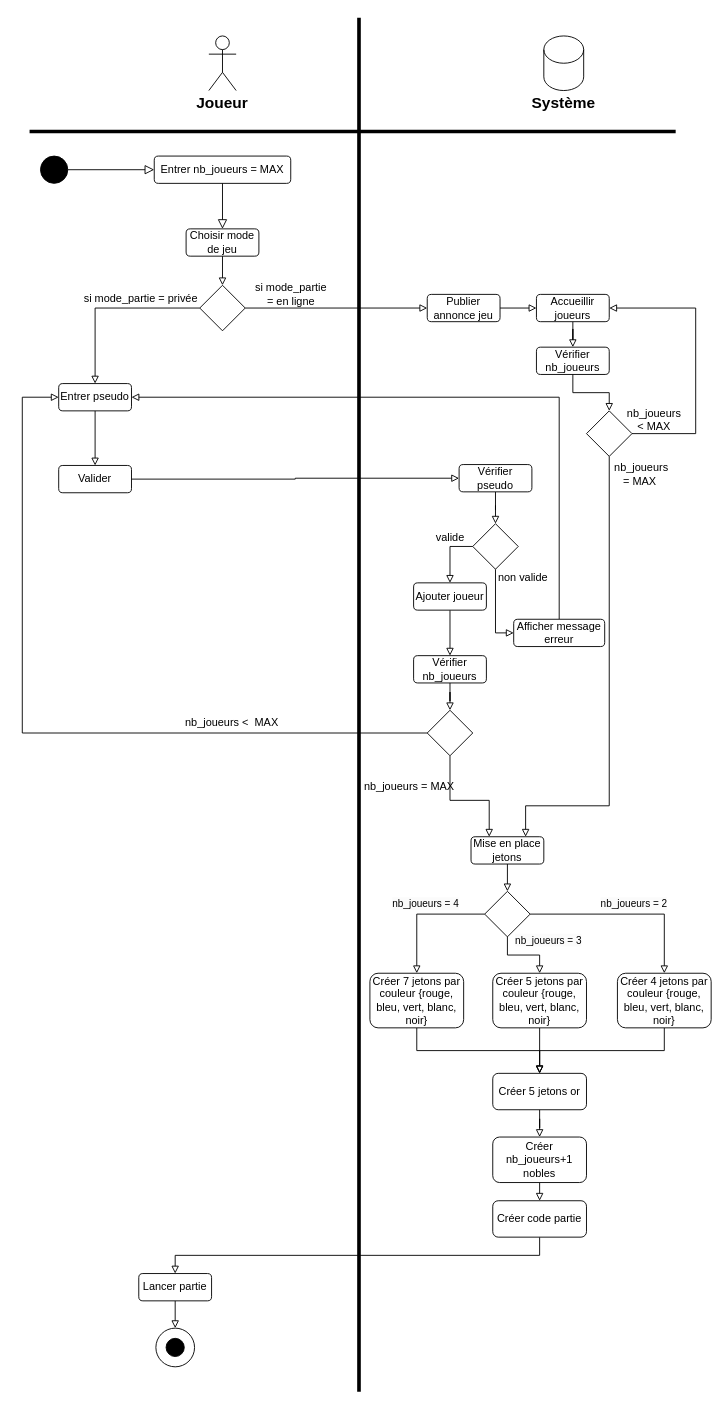
The draw.io diagram Diagrammes/Diagramme activité créer partie.drawio in Igniiis/projet_splendor, before the edit. Source tidied: cells renumbered, new cells numbered last; positions are measured from the earlier drawing's top-left corner, leaving out a move shared by most shapes. Both pictures are drawn from the tidied source at 91%, with x=0, y=0 at pixel (22, 17).
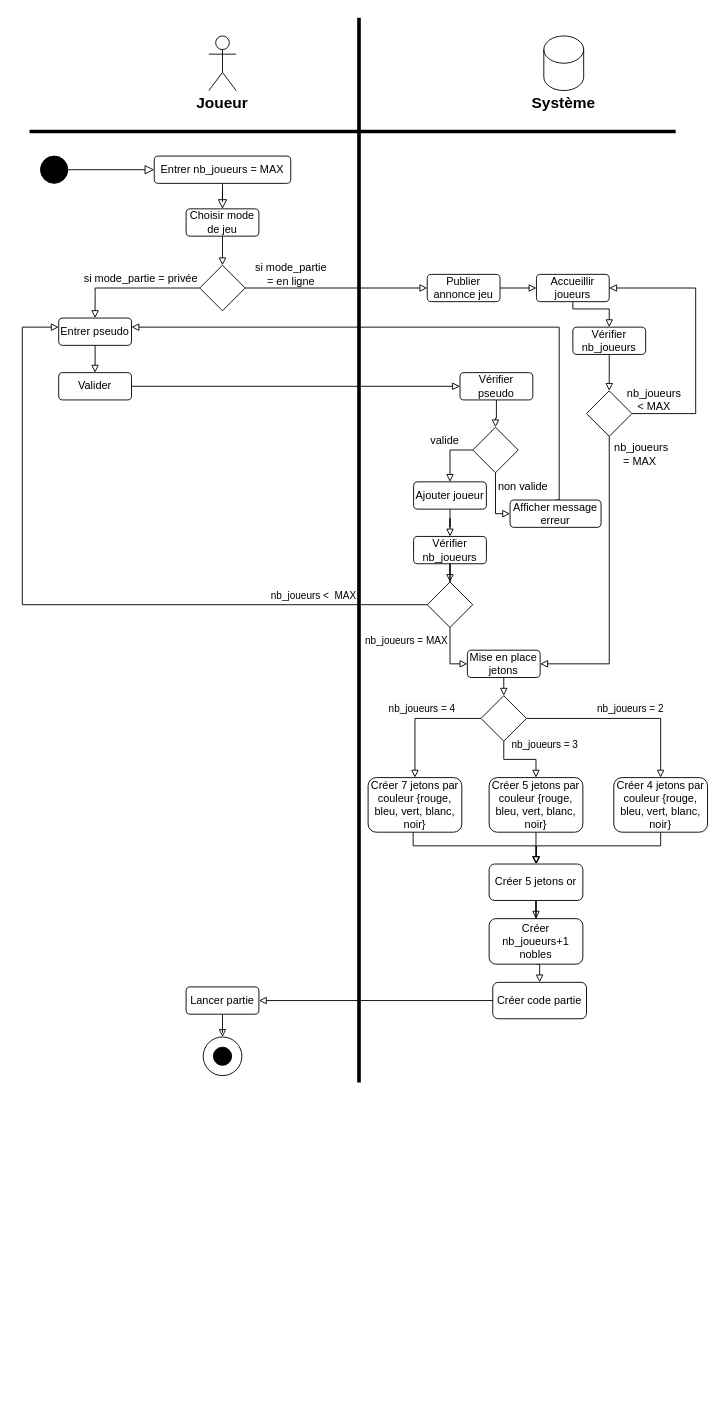
After the change.

Commit message:
Mettre à jour Diagramme activité créer partie.drawio

Change to the diagram source:
```diff
@@
     <mxCell id="2" value="Choisir mode de jeu" style="rounded=1;whiteSpace=wrap;html=1;fontSize=12;glass=0;strokeWidth=1;shadow=0;" parent="1" vertex="1">
-      <mxGeometry x="180" y="232" width="80" height="30" as="geometry" />
+      <mxGeometry x="180" y="210" width="80" height="30" as="geometry" />
     </mxCell>
@@
     <mxCell id="9" style="edgeStyle=orthogonalEdgeStyle;rounded=0;jettySize=auto;html=1;exitX=0;exitY=0.5;exitDx=0;exitDy=0;endArrow=block;endFill=0;entryX=0.5;entryY=0;entryDx=0;entryDy=0;" parent="1" edge="1" source="11" target="20">
       <mxGeometry relative="1" as="geometry">
         <Array as="points">
-          <mxPoint x="80" y="319" />
+          <mxPoint x="80" y="297" />
         </Array>
       </mxGeometry>
     </mxCell>
@@
     <mxCell id="11" style="rhombus;whiteSpace=wrap;html=1;" parent="1" vertex="1">
-      <mxGeometry x="195" y="294" width="50" height="50" as="geometry" />
+      <mxGeometry x="195" y="272" width="50" height="50" as="geometry" />
     </mxCell>
@@
     <mxCell id="15" value="si mode_partie &lt;br&gt;= en ligne" style="text;html=1;align=center;verticalAlign=middle;strokeColor=none;fillColor=none;" parent="1" vertex="1">
-      <mxGeometry x="245" y="284" width="100" height="40" as="geometry" />
+      <mxGeometry x="245" y="262" width="100" height="40" as="geometry" />
     </mxCell>
     <mxCell id="16" value="si mode_partie = privée" style="text;html=1;align=center;verticalAlign=middle;strokeColor=none;fillColor=none;" parent="1" vertex="1">
-      <mxGeometry x="55" y="294" width="150" height="30" as="geometry" />
+      <mxGeometry x="55" y="272" width="150" height="30" as="geometry" />
     </mxCell>
@@
     <mxCell id="18" value="Publier annonce jeu" style="rounded=1;whiteSpace=wrap;html=1;fontSize=12;glass=0;strokeWidth=1;shadow=0;" parent="1" vertex="1">
-      <mxGeometry x="445" y="304" width="80" height="30" as="geometry" />
+      <mxGeometry x="445" y="282" width="80" height="30" as="geometry" />
     </mxCell>
@@
     <mxCell id="20" value="Entrer pseudo" style="rounded=1;whiteSpace=wrap;html=1;fontSize=12;glass=0;strokeWidth=1;shadow=0;" parent="1" vertex="1">
-      <mxGeometry x="40" y="402" width="80" height="30" as="geometry" />
+      <mxGeometry x="40" y="330" width="80" height="30" as="geometry" />
     </mxCell>
@@
     <mxCell id="22" value="Valider" style="rounded=1;whiteSpace=wrap;html=1;fontSize=12;glass=0;strokeWidth=1;shadow=0;" parent="1" vertex="1">
-      <mxGeometry x="40" y="492" width="80" height="30" as="geometry" />
+      <mxGeometry x="40" y="390" width="80" height="30" as="geometry" />
     </mxCell>
@@
     <mxCell id="24" value="Vérifier pseudo" style="rounded=1;whiteSpace=wrap;html=1;fontSize=12;glass=0;strokeWidth=1;shadow=0;" parent="1" vertex="1">
-      <mxGeometry x="480" y="491" width="80" height="30" as="geometry" />
+      <mxGeometry x="481" y="390" width="80" height="30" as="geometry" />
     </mxCell>
     <mxCell id="25" style="edgeStyle=orthogonalEdgeStyle;rounded=0;jettySize=auto;html=1;endArrow=block;endFill=0;exitX=0.5;exitY=1;exitDx=0;exitDy=0;" parent="1" edge="1" source="27" target="31">
       <mxGeometry relative="1" as="geometry">
         <Array as="points">
-          <mxPoint x="520" y="676" />
+          <mxPoint x="520" y="545" />
         </Array>
       </mxGeometry>
     </mxCell>
@@
     <mxCell id="27" style="rhombus;whiteSpace=wrap;html=1;" parent="1" vertex="1">
-      <mxGeometry x="495" y="556" width="50" height="50" as="geometry" />
+      <mxGeometry x="495" y="450" width="50" height="50" as="geometry" />
     </mxCell>
@@
     <mxCell id="29" value="Ajouter joueur" style="rounded=1;whiteSpace=wrap;html=1;fontSize=12;glass=0;strokeWidth=1;shadow=0;" parent="1" vertex="1">
-      <mxGeometry x="430" y="621" width="80" height="30" as="geometry" />
+      <mxGeometry x="430" y="510" width="80" height="30" as="geometry" />
     </mxCell>
     <mxCell id="30" style="edgeStyle=orthogonalEdgeStyle;rounded=0;jettySize=auto;html=1;exitX=0.5;exitY=0;exitDx=0;exitDy=0;endArrow=block;endFill=0;" parent="1" edge="1" source="31" target="20">
       <mxGeometry relative="1" as="geometry">
         <Array as="points">
-          <mxPoint x="590" y="417" />
+          <mxPoint x="590" y="340" />
         </Array>
       </mxGeometry>
     </mxCell>
     <mxCell id="31" value="Afficher message erreur" style="rounded=1;whiteSpace=wrap;html=1;fontSize=12;glass=0;strokeWidth=1;shadow=0;" parent="1" vertex="1">
-      <mxGeometry x="540" y="661" width="100" height="30" as="geometry" />
+      <mxGeometry x="536" y="530" width="100" height="30" as="geometry" />
     </mxCell>
     <mxCell id="32" value="non valide" style="text;html=1;align=center;verticalAlign=middle;strokeColor=none;fillColor=none;" parent="1" vertex="1">
-      <mxGeometry x="510" y="601" width="80" height="30" as="geometry" />
+      <mxGeometry x="510" y="500" width="80" height="30" as="geometry" />
     </mxCell>
     <mxCell id="33" value="valide" style="text;html=1;align=center;verticalAlign=middle;strokeColor=none;fillColor=none;" parent="1" vertex="1">
-      <mxGeometry x="445" y="556" width="50" height="30" as="geometry" />
+      <mxGeometry x="439.1" y="450" width="50" height="30" as="geometry" />
     </mxCell>
     <mxCell id="34" value="Vérifier nb_joueurs" style="rounded=1;whiteSpace=wrap;html=1;fontSize=12;glass=0;strokeWidth=1;shadow=0;" parent="1" vertex="1">
-      <mxGeometry x="430" y="701" width="80" height="30" as="geometry" />
+      <mxGeometry x="430" y="570" width="80" height="30" as="geometry" />
     </mxCell>
     <mxCell id="35" style="edgeStyle=orthogonalEdgeStyle;rounded=0;jettySize=auto;html=1;exitX=0;exitY=0.5;exitDx=0;exitDy=0;endArrow=block;endFill=0;" parent="1" edge="1" source="37" target="20">
       <mxGeometry relative="1" as="geometry">
         <Array as="points">
-          <mxPoint y="786" />
-          <mxPoint y="417" />
+          <mxPoint y="645" />
+          <mxPoint y="340" />
         </Array>
       </mxGeometry>
     </mxCell>
-    <mxCell id="36" style="edgeStyle=orthogonalEdgeStyle;rounded=0;jettySize=auto;html=1;endArrow=block;endFill=0;entryX=0.25;entryY=0;entryDx=0;entryDy=0;" parent="1" edge="1" source="37" target="57">
+    <mxCell id="36" style="edgeStyle=orthogonalEdgeStyle;rounded=0;jettySize=auto;html=1;endArrow=block;endFill=0;" parent="1" edge="1" source="37" target="57">
       <mxGeometry relative="1" as="geometry">
         <Array as="points">
-          <mxPoint x="470" y="860" />
-          <mxPoint x="513" y="860" />
+          <mxPoint x="470" y="710" />
         </Array>
       </mxGeometry>
     </mxCell>
     <mxCell id="37" style="rhombus;whiteSpace=wrap;html=1;" parent="1" vertex="1">
-      <mxGeometry x="445" y="761" width="50" height="50" as="geometry" />
+      <mxGeometry x="445" y="620" width="50" height="50" as="geometry" />
     </mxCell>
@@
-    <mxCell id="39" value="nb_joueurs &amp;lt; &amp;nbsp;MAX" style="text;html=1;align=center;verticalAlign=middle;strokeColor=none;fillColor=none;" parent="1" vertex="1">
-      <mxGeometry x="165" y="760" width="130" height="30" as="geometry" />
+    <mxCell id="39" value="&lt;font style=&quot;font-size: 11px;&quot;&gt;nb_joueurs &amp;lt; &amp;nbsp;MAX&lt;/font&gt;" style="text;html=1;align=center;verticalAlign=middle;strokeColor=none;fillColor=none;" parent="1" vertex="1">
+      <mxGeometry x="260" y="620" width="120" height="30" as="geometry" />
     </mxCell>
-    <mxCell id="40" value="nb_joueurs = MAX" style="text;html=1;align=center;verticalAlign=middle;strokeColor=none;fillColor=none;" parent="1" vertex="1">
-      <mxGeometry x="365" y="830" width="120" height="30" as="geometry" />
+    <mxCell id="40" value="&lt;font style=&quot;font-size: 11px;&quot;&gt;nb_joueurs = MAX&lt;/font&gt;" style="text;html=1;align=center;verticalAlign=middle;strokeColor=none;fillColor=none;" parent="1" vertex="1">
+      <mxGeometry x="367" y="670" width="110" height="30" as="geometry" />
     </mxCell>
@@
     <mxCell id="42" value="Lancer partie" style="rounded=1;whiteSpace=wrap;html=1;fontSize=12;glass=0;strokeWidth=1;shadow=0;" parent="1" vertex="1">
-      <mxGeometry x="128" y="1380" width="80" height="30" as="geometry" />
+      <mxGeometry x="180" y="1065" width="80" height="30" as="geometry" />
     </mxCell>
     <mxCell id="43" style="edgeStyle=orthogonalEdgeStyle;rounded=0;jettySize=auto;html=1;exitX=0.5;exitY=1;exitDx=0;exitDy=0;endArrow=block;endFill=0;" parent="1" edge="1" source="44" target="45">
-      <mxGeometry relative="1" as="geometry" />
+      <mxGeometry relative="1" as="geometry">
+        <Array as="points">
+          <mxPoint x="605" y="320" />
+          <mxPoint x="645" y="320" />
+        </Array>
+      </mxGeometry>
     </mxCell>
     <mxCell id="44" value="Accueillir joueurs" style="rounded=1;whiteSpace=wrap;html=1;fontSize=12;glass=0;strokeWidth=1;shadow=0;" parent="1" vertex="1">
-      <mxGeometry x="565" y="304" width="80" height="30" as="geometry" />
+      <mxGeometry x="565" y="282" width="80" height="30" as="geometry" />
     </mxCell>
     <mxCell id="45" value="Vérifier nb_joueurs" style="rounded=1;whiteSpace=wrap;html=1;fontSize=12;glass=0;strokeWidth=1;shadow=0;" parent="1" vertex="1">
-      <mxGeometry x="565" y="362" width="80" height="30" as="geometry" />
+      <mxGeometry x="605" y="340" width="80" height="30" as="geometry" />
     </mxCell>
     <mxCell id="46" style="edgeStyle=orthogonalEdgeStyle;rounded=0;jettySize=auto;html=1;exitX=1;exitY=0.5;exitDx=0;exitDy=0;endArrow=block;endFill=0;" parent="1" edge="1" source="48" target="44">
       <mxGeometry relative="1" as="geometry">
         <Array as="points">
-          <mxPoint x="740" y="457" />
-          <mxPoint x="740" y="319" />
+          <mxPoint x="740" y="435" />
+          <mxPoint x="740" y="297" />
         </Array>
       </mxGeometry>
     </mxCell>
-    <mxCell id="47" style="edgeStyle=orthogonalEdgeStyle;rounded=0;jettySize=auto;html=1;exitX=0.5;exitY=1;exitDx=0;exitDy=0;endArrow=block;endFill=0;entryX=0.75;entryY=0;entryDx=0;entryDy=0;" parent="1" edge="1" source="48" target="57">
+    <mxCell id="47" style="edgeStyle=orthogonalEdgeStyle;rounded=0;jettySize=auto;html=1;exitX=0.5;exitY=1;exitDx=0;exitDy=0;endArrow=block;endFill=0;" parent="1" edge="1" source="48" target="57">
       <mxGeometry relative="1" as="geometry">
         <Array as="points">
-          <mxPoint x="645" y="866" />
-          <mxPoint x="553" y="866" />
+          <mxPoint x="645" y="710" />
         </Array>
       </mxGeometry>
     </mxCell>
     <mxCell id="48" style="rhombus;whiteSpace=wrap;html=1;" parent="1" vertex="1">
-      <mxGeometry x="620" y="432" width="50" height="50" as="geometry" />
+      <mxGeometry x="620" y="410" width="50" height="50" as="geometry" />
     </mxCell>
@@
     <mxCell id="50" value="nb_joueurs &lt;br&gt;&amp;lt; MAX" style="text;html=1;align=center;verticalAlign=middle;strokeColor=none;fillColor=none;" parent="1" vertex="1">
-      <mxGeometry x="654" y="422" width="80" height="40" as="geometry" />
+      <mxGeometry x="654" y="400" width="80" height="40" as="geometry" />
     </mxCell>
     <mxCell id="51" value="nb_joueurs &lt;br&gt;= MAX&amp;nbsp;" style="text;html=1;align=center;verticalAlign=middle;strokeColor=none;fillColor=none;" parent="1" vertex="1">
-      <mxGeometry x="640" y="482" width="80" height="40" as="geometry" />
+      <mxGeometry x="640" y="460" width="80" height="40" as="geometry" />
     </mxCell>
     <mxCell id="52" style="ellipse;whiteSpace=wrap;html=1;fillColor=none;" parent="1" vertex="1">
-      <mxGeometry x="146.8" y="1440" width="42.5" height="42.5" as="geometry" />
+      <mxGeometry x="198.8" y="1120" width="42.5" height="42.5" as="geometry" />
     </mxCell>
     <mxCell id="53" style="ellipse;whiteSpace=wrap;html=1;fillColor=#000000;" parent="1" vertex="1">
-      <mxGeometry x="158" y="1451.2" width="20" height="20" as="geometry" />
+      <mxGeometry x="210" y="1131.2" width="20" height="20" as="geometry" />
     </mxCell>
     <mxCell id="54" style="line;strokeWidth=4;direction=south;html=1;perimeter=backbonePerimeter;" parent="1" vertex="1">
-      <mxGeometry x="365" width="10" height="1510" as="geometry" />
+      <mxGeometry x="365" width="10" height="1170" as="geometry" />
     </mxCell>
@@
     <mxCell id="57" value="Mise en place jetons" style="rounded=1;whiteSpace=wrap;html=1;fontSize=12;glass=0;strokeWidth=1;shadow=0;" parent="1" vertex="1">
-      <mxGeometry x="493.1" y="900" width="80" height="30" as="geometry" />
+      <mxGeometry x="489.1" y="695" width="80" height="30" as="geometry" />
     </mxCell>
-    <mxCell id="58" style="edgeStyle=orthogonalEdgeStyle;rounded=0;jettySize=auto;html=1;exitX=0;exitY=0.5;exitDx=0;exitDy=0;entryX=0.5;entryY=0;entryDx=0;entryDy=0;endArrow=block;endFill=0;" parent="1" edge="1" source="61" target="63">
+    <mxCell id="58" style="edgeStyle=orthogonalEdgeStyle;rounded=0;jettySize=auto;html=1;exitX=0;exitY=0.5;exitDx=0;exitDy=0;endArrow=block;endFill=0;" parent="1" edge="1" source="61" target="63">
       <mxGeometry relative="1" as="geometry" />
     </mxCell>
@@
     <mxCell id="61" style="rhombus;whiteSpace=wrap;html=1;" parent="1" vertex="1">
-      <mxGeometry x="508.1" y="960" width="50" height="50" as="geometry" />
+      <mxGeometry x="504.1" y="745" width="50" height="50" as="geometry" />
     </mxCell>
-    <mxCell id="62" style="edgeStyle=orthogonalEdgeStyle;rounded=0;jettySize=auto;html=1;exitX=0.5;exitY=1;exitDx=0;exitDy=0;entryX=0.5;entryY=0;entryDx=0;entryDy=0;endArrow=block;endFill=0;" parent="1" edge="1" source="63" target="72">
-      <mxGeometry relative="1" as="geometry" />
+    <mxCell id="62" style="edgeStyle=orthogonalEdgeStyle;rounded=0;jettySize=auto;html=1;exitX=0.5;exitY=1;exitDx=0;exitDy=0;entryX=0.5;entryY=0;entryDx=0;entryDy=0;endArrow=block;endFill=0;" parent="1" edge="1" target="72">
+      <mxGeometry relative="1" as="geometry">
+        <mxPoint x="429.5" y="895" as="sourcePoint" />
+        <Array as="points">
+          <mxPoint x="429" y="910" />
+          <mxPoint x="565" y="910" />
+        </Array>
+      </mxGeometry>
     </mxCell>
     <mxCell id="63" value="Créer 7 jetons par couleur {rouge, bleu, vert, blanc, noir}" style="rounded=1;whiteSpace=wrap;html=1;fontSize=12;glass=0;strokeWidth=1;shadow=0;" parent="1" vertex="1">
-      <mxGeometry x="382" y="1050" width="103" height="60" as="geometry" />
+      <mxGeometry x="380" y="835" width="103" height="60" as="geometry" />
     </mxCell>
@@
     <mxCell id="65" value="Créer 5 jetons par couleur {rouge, bleu, vert, blanc, noir}" style="rounded=1;whiteSpace=wrap;html=1;fontSize=12;glass=0;strokeWidth=1;shadow=0;" parent="1" vertex="1">
-      <mxGeometry x="517" y="1050" width="103" height="60" as="geometry" />
+      <mxGeometry x="513" y="835" width="103" height="60" as="geometry" />
     </mxCell>
-    <mxCell id="66" style="edgeStyle=orthogonalEdgeStyle;rounded=0;jettySize=auto;html=1;exitX=0.5;exitY=1;exitDx=0;exitDy=0;entryX=0.5;entryY=0;entryDx=0;entryDy=0;endArrow=block;endFill=0;" parent="1" edge="1" source="67" target="72">
-      <mxGeometry relative="1" as="geometry" />
+    <mxCell id="66" style="edgeStyle=orthogonalEdgeStyle;rounded=0;jettySize=auto;html=1;endArrow=block;endFill=0;" parent="1" edge="1" source="67" target="72">
+      <mxGeometry relative="1" as="geometry">
+        <Array as="points">
+          <mxPoint x="702" y="910" />
+          <mxPoint x="565" y="910" />
+        </Array>
+      </mxGeometry>
     </mxCell>
     <mxCell id="67" value="Créer 4 jetons par couleur {rouge, bleu, vert, blanc, noir}" style="rounded=1;whiteSpace=wrap;html=1;fontSize=12;glass=0;strokeWidth=1;shadow=0;" parent="1" vertex="1">
-      <mxGeometry x="654" y="1050" width="103" height="60" as="geometry" />
+      <mxGeometry x="650" y="835" width="103" height="60" as="geometry" />
     </mxCell>
     <mxCell id="68" value="&lt;span style=&quot;color: rgb(0, 0, 0); font-family: Helvetica; font-style: normal; font-variant-ligatures: normal; font-variant-caps: normal; font-weight: 400; letter-spacing: normal; orphans: 2; text-align: center; text-indent: 0px; text-transform: none; widows: 2; word-spacing: 0px; -webkit-text-stroke-width: 0px; background-color: rgb(251, 251, 251); text-decoration-thickness: initial; text-decoration-style: initial; text-decoration-color: initial; float: none; display: inline !important;&quot;&gt;&lt;font style=&quot;font-size: 11px;&quot;&gt;nb_joueurs = 4&lt;/font&gt;&lt;/span&gt;" style="text;whiteSpace=wrap;html=1;" parent="1" vertex="1">
-      <mxGeometry x="405" y="960" width="120" height="30" as="geometry" />
+      <mxGeometry x="401" y="745" width="120" height="30" as="geometry" />
     </mxCell>
     <mxCell id="69" value="&lt;span style=&quot;color: rgb(0, 0, 0); font-family: Helvetica; font-style: normal; font-variant-ligatures: normal; font-variant-caps: normal; font-weight: 400; letter-spacing: normal; orphans: 2; text-align: center; text-indent: 0px; text-transform: none; widows: 2; word-spacing: 0px; -webkit-text-stroke-width: 0px; background-color: rgb(251, 251, 251); text-decoration-thickness: initial; text-decoration-style: initial; text-decoration-color: initial; float: none; display: inline !important;&quot;&gt;&lt;font style=&quot;font-size: 11px;&quot;&gt;nb_joueurs = 3&lt;/font&gt;&lt;/span&gt;" style="text;whiteSpace=wrap;html=1;fillColor=none;" parent="1" vertex="1">
-      <mxGeometry x="540" y="1000" width="120" height="30" as="geometry" />
+      <mxGeometry x="536" y="785" width="120" height="30" as="geometry" />
     </mxCell>
     <mxCell id="70" value="&lt;span style=&quot;color: rgb(0, 0, 0); font-family: Helvetica; font-style: normal; font-variant-ligatures: normal; font-variant-caps: normal; font-weight: 400; letter-spacing: normal; orphans: 2; text-align: center; text-indent: 0px; text-transform: none; widows: 2; word-spacing: 0px; -webkit-text-stroke-width: 0px; background-color: rgb(251, 251, 251); text-decoration-thickness: initial; text-decoration-style: initial; text-decoration-color: initial; float: none; display: inline !important;&quot;&gt;&lt;font style=&quot;font-size: 11px;&quot;&gt;nb_joueurs = 2&lt;/font&gt;&lt;/span&gt;" style="text;whiteSpace=wrap;html=1;" parent="1" vertex="1">
-      <mxGeometry x="634" y="960" width="120" height="30" as="geometry" />
+      <mxGeometry x="630" y="745" width="120" height="30" as="geometry" />
     </mxCell>
@@
     <mxCell id="72" value="Créer 5 jetons or" style="rounded=1;whiteSpace=wrap;html=1;fontSize=12;glass=0;strokeWidth=1;shadow=0;" parent="1" vertex="1">
-      <mxGeometry x="517" y="1160" width="103" height="40" as="geometry" />
+      <mxGeometry x="513" y="930" width="103" height="40" as="geometry" />
     </mxCell>
-    <mxCell id="73" style="edgeStyle=orthogonalEdgeStyle;rounded=0;jettySize=auto;html=1;exitX=0.5;exitY=1;exitDx=0;exitDy=0;entryX=0.5;entryY=0;entryDx=0;entryDy=0;endArrow=block;endFill=0;" parent="1" edge="1" source="74" target="42">
-      <mxGeometry relative="1" as="geometry" />
-    </mxCell>
     <mxCell id="74" value="Créer code partie" style="rounded=1;whiteSpace=wrap;html=1;fontSize=12;glass=0;strokeWidth=1;shadow=0;" parent="1" vertex="1">
-      <mxGeometry x="517" y="1300" width="103" height="40" as="geometry" />
+      <mxGeometry x="517" y="1060" width="103" height="40" as="geometry" />
     </mxCell>
@@
     <mxCell id="76" value="Créer nb_joueurs+1 nobles" style="rounded=1;whiteSpace=wrap;html=1;fontSize=12;glass=0;strokeWidth=1;shadow=0;" parent="1" vertex="1">
-      <mxGeometry x="517" y="1230" width="103" height="50" as="geometry" />
+      <mxGeometry x="513" y="990" width="103" height="50" as="geometry" />
     </mxCell>
+    <mxCell id="73" style="edgeStyle=orthogonalEdgeStyle;rounded=0;jettySize=auto;html=1;endArrow=block;endFill=0;" parent="1" edge="1" source="74" target="42">
+      <mxGeometry relative="1" as="geometry" />
+    </mxCell>
```
